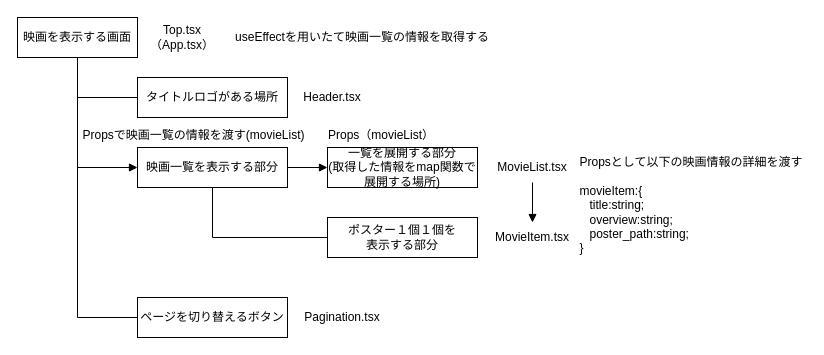
The draw.io diagram page "詳細な関係図" (2 of 2) of diagram.dio in Yuta-Tsutsumi/movie_site, before the edit. Source tidied: cells renumbered, new cells numbered last; positions are measured from the earlier drawing's top-left corner, leaving out a move shared by most shapes. Both pictures are drawn from the tidied source at 100%, with x=0, y=0 at pixel (17, 17).
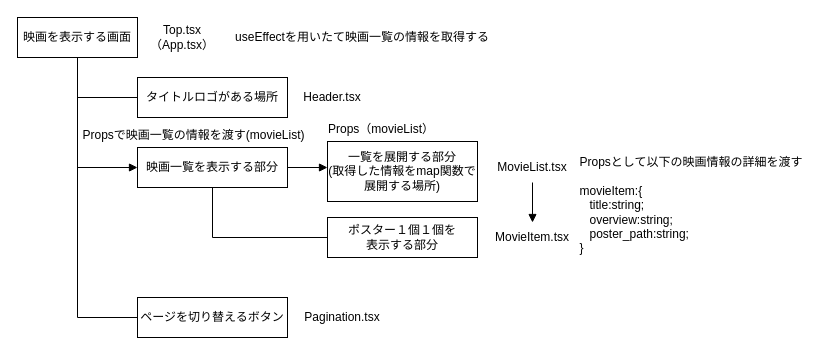
The same page after the edit.

Commit message:
ファイル構成の作成

Unchanged cells that the change refers to:
```xml
<mxCell id="5" value="映画一覧を表示する部分" style="rounded=0;whiteSpace=wrap;html=1;" parent="1" vertex="1">
  <mxGeometry x="120" y="130" width="150" height="40" as="geometry" />
</mxCell>
```

What changed in the source:
```diff
@@
     <mxCell id="10" value="一覧を展開する部分&lt;br&gt;(取得した情報をmap関数で展開する場所)" style="rounded=0;whiteSpace=wrap;html=1;" parent="1" vertex="1">
-      <mxGeometry x="310" y="130" width="150" height="40" as="geometry" />
+      <mxGeometry x="310" y="124" width="150" height="60" as="geometry" />
     </mxCell>
@@
-    <mxCell id="16" style="edgeStyle=none;html=1;exitX=1;exitY=0.5;exitDx=0;exitDy=0;entryX=0;entryY=0.5;entryDx=0;entryDy=0;endArrow=block;endFill=1;rounded=0;" parent="1" edge="1" source="5" target="10">
-      <mxGeometry relative="1" as="geometry" />
+    <mxCell id="16" style="edgeStyle=none;html=1;exitX=1;exitY=0.5;exitDx=0;exitDy=0;endArrow=block;endFill=1;rounded=0;" parent="1" edge="1" source="5">
+      <mxGeometry relative="1" as="geometry">
+        <mxPoint x="310" y="150" as="targetPoint" />
+      </mxGeometry>
     </mxCell>
@@
     <mxCell id="22" value="Props（movieList）" style="text;html=1;strokeColor=none;fillColor=none;align=center;verticalAlign=middle;whiteSpace=wrap;rounded=0;" parent="1" vertex="1">
-      <mxGeometry x="299" y="103" width="130" height="30" as="geometry" />
+      <mxGeometry x="299" y="97" width="130" height="30" as="geometry" />
     </mxCell>
```
